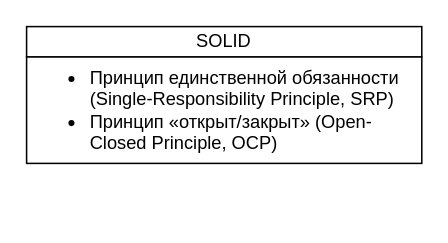
Before: crib.drawio in AndreyN1991/angular-tour-of-heroes, a draw.io diagram. Source tidied: cells renumbered, new cells numbered last; positions are measured from the earlier drawing's top-left corner, leaving out a move shared by most shapes. Both pictures are drawn from the tidied source at 152%, with x=0, y=0 at pixel (26, 26).
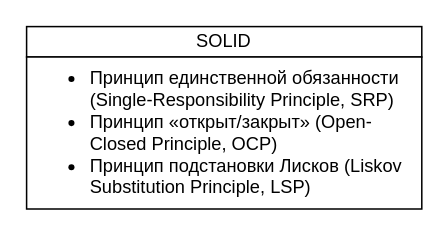
The same diagram, later.

Change to the diagram source:
```diff
@@
 <mxGraphModel>
   <root>
     <mxCell id="0" />
     <mxCell id="1" parent="0" />
     <mxCell id="2" value="SOLID" style="rounded=0;whiteSpace=wrap;html=1;" parent="1" vertex="1">
       <mxGeometry width="260" height="20" as="geometry" />
     </mxCell>
-    <mxCell id="3" value="&lt;ul&gt;&lt;li&gt;Принцип единственной обязанности (Single-Responsibility Principle, SRP)&lt;br&gt;&lt;/li&gt;&lt;li&gt;Принцип «открыт/закрыт» (Open-Closed Principle, OCP)&lt;br&gt;&lt;/li&gt;&lt;/ul&gt;" style="rounded=0;whiteSpace=wrap;html=1;align=left;" parent="1" vertex="1">
-      <mxGeometry y="20" width="260" height="70" as="geometry" />
+    <mxCell id="3" value="&lt;ul&gt;&lt;li&gt;Принцип единственной обязанности (Single-Responsibility Principle, SRP)&lt;br&gt;&lt;/li&gt;&lt;li&gt;Принцип «открыт/закрыт» (Open-Closed Principle, OCP)&lt;br&gt;&lt;/li&gt;&lt;li&gt;Принцип подстановки Лисков (Liskov Substitution Principle, LSP)&lt;br&gt;&lt;/li&gt;&lt;/ul&gt;" style="rounded=0;whiteSpace=wrap;html=1;align=left;" parent="1" vertex="1">
+      <mxGeometry y="20" width="260" height="100" as="geometry" />
     </mxCell>
   </root>
 </mxGraphModel>
```
